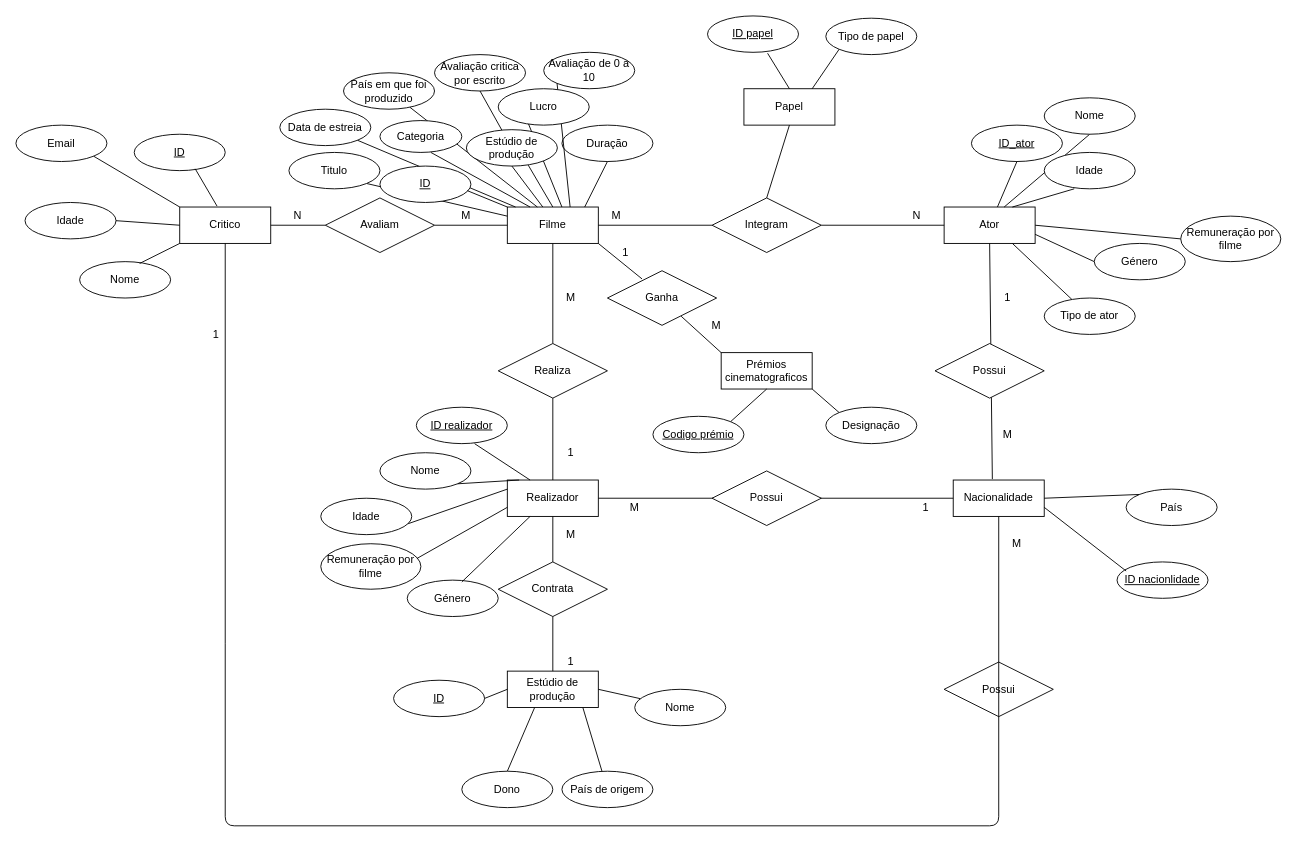
The draw.io diagram Projeto BD_v2.drawio in joaogomes777/pr_bio_2020-2021_assignments, before the edit. Source tidied: cells renumbered, new cells numbered last; positions are measured from the earlier drawing's top-left corner, leaving out a move shared by most shapes. Both pictures are drawn from the tidied source at 91%, with x=0, y=0 at pixel (15, 15).
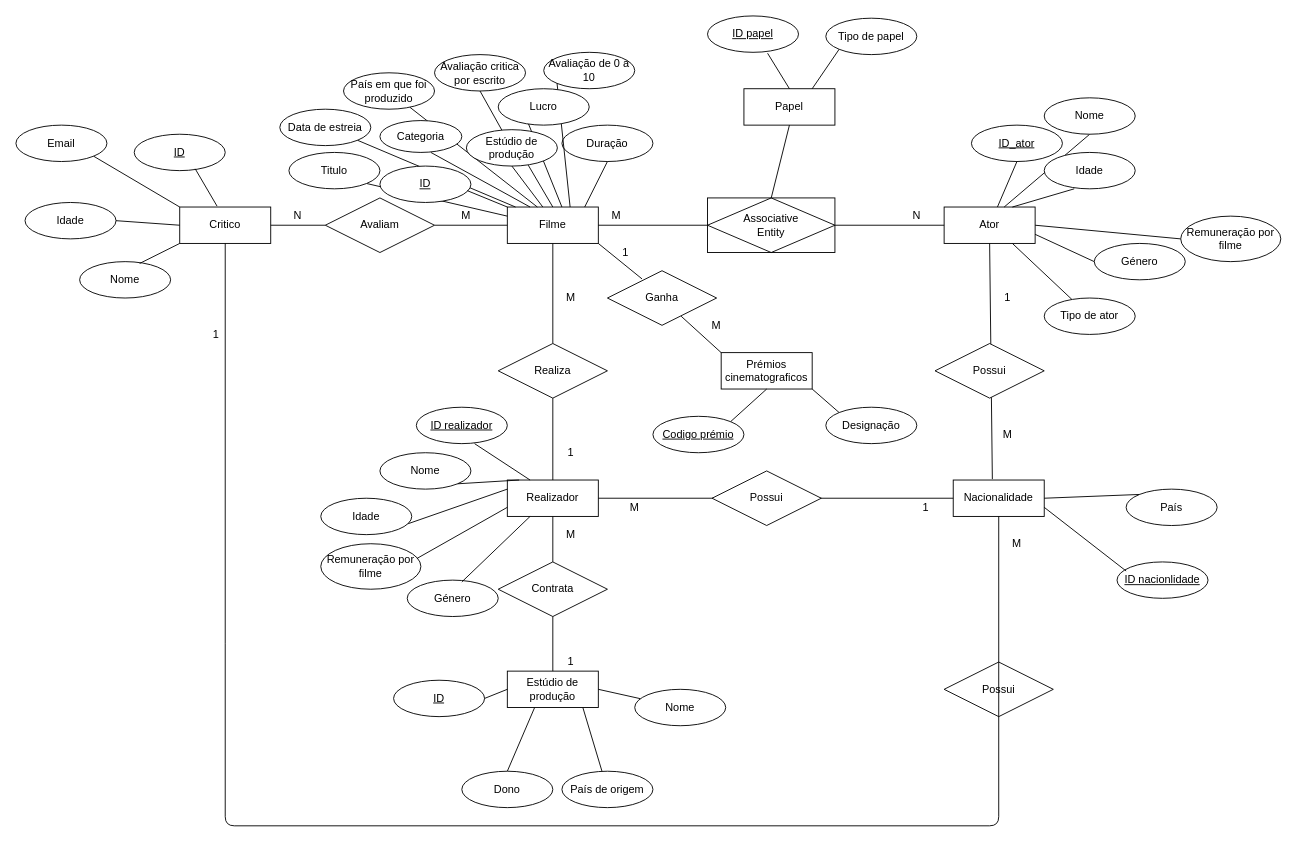
Above is the later version.

The change refers to these unchanged cells:
```xml
<mxCell id="2" value="Filme" style="whiteSpace=wrap;html=1;align=center;" parent="1" vertex="1">
  <mxGeometry x="540" y="210" width="100" height="40" as="geometry" />
</mxCell>
<mxCell id="5" value="Ator" style="whiteSpace=wrap;html=1;align=center;" parent="1" vertex="1">
  <mxGeometry x="1020" y="210" width="100" height="40" as="geometry" />
</mxCell>
<mxCell id="68" value="M" style="text;html=1;strokeColor=none;fillColor=none;align=center;verticalAlign=middle;whiteSpace=wrap;rounded=0;" parent="1" vertex="1">
  <mxGeometry x="640" y="210" width="40" height="20" as="geometry" />
</mxCell>
<mxCell id="92" value="Papel" style="whiteSpace=wrap;html=1;align=center;" parent="1" vertex="1">
  <mxGeometry x="800" y="80" width="100" height="40" as="geometry" />
</mxCell>
```

The edit, as a diff of the source:
```diff
@@
-    <mxCell id="21" style="endArrow=none;html=1;entryX=1;entryY=0.5;entryDx=0;entryDy=0;exitX=0;exitY=0.5;exitDx=0;exitDy=0;startArrow=none;" parent="1" edge="1" source="22" target="2">
-      <mxGeometry relative="1" as="geometry" />
-    </mxCell>
-    <mxCell id="22" value="Integram" style="shape=rhombus;perimeter=rhombusPerimeter;whiteSpace=wrap;html=1;align=center;" parent="1" vertex="1">
-      <mxGeometry x="765" y="200" width="120" height="60" as="geometry" />
-    </mxCell>
-    <mxCell id="23" style="endArrow=none;html=1;entryX=1;entryY=0.5;entryDx=0;entryDy=0;exitX=0;exitY=0.5;exitDx=0;exitDy=0;" parent="1" edge="1" source="5" target="22">
-      <mxGeometry relative="1" as="geometry" />
-    </mxCell>
@@
-    <mxCell id="107" style="endArrow=none;html=1;exitX=0.5;exitY=1;exitDx=0;exitDy=0;entryX=0.5;entryY=0;entryDx=0;entryDy=0;" parent="1" edge="1" source="92" target="22">
-      <mxGeometry relative="1" as="geometry" />
-    </mxCell>
@@
+    <mxCell id="123" value="Associative&#10;Entity" style="shape=associativeEntity;whiteSpace=wrap;html=1;align=center;" parent="1" vertex="1">
+      <mxGeometry x="760" y="200" width="140" height="60" as="geometry" />
+    </mxCell>
+    <mxCell id="124" style="endArrow=none;html=1;entryX=1;entryY=0.5;entryDx=0;entryDy=0;exitX=0;exitY=0.5;exitDx=0;exitDy=0;" parent="1" edge="1" source="5" target="123">
+      <mxGeometry relative="1" as="geometry" />
+    </mxCell>
+    <mxCell id="125" style="endArrow=none;html=1;entryX=0;entryY=1;entryDx=0;entryDy=0;exitX=0;exitY=0.5;exitDx=0;exitDy=0;" parent="1" edge="1" source="123" target="68">
+      <mxGeometry relative="1" as="geometry" />
+    </mxCell>
+    <mxCell id="126" style="endArrow=none;html=1;entryX=0.5;entryY=0;entryDx=0;entryDy=0;exitX=0.5;exitY=1;exitDx=0;exitDy=0;" parent="1" edge="1" source="92" target="123">
+      <mxGeometry relative="1" as="geometry" />
+    </mxCell>
```
